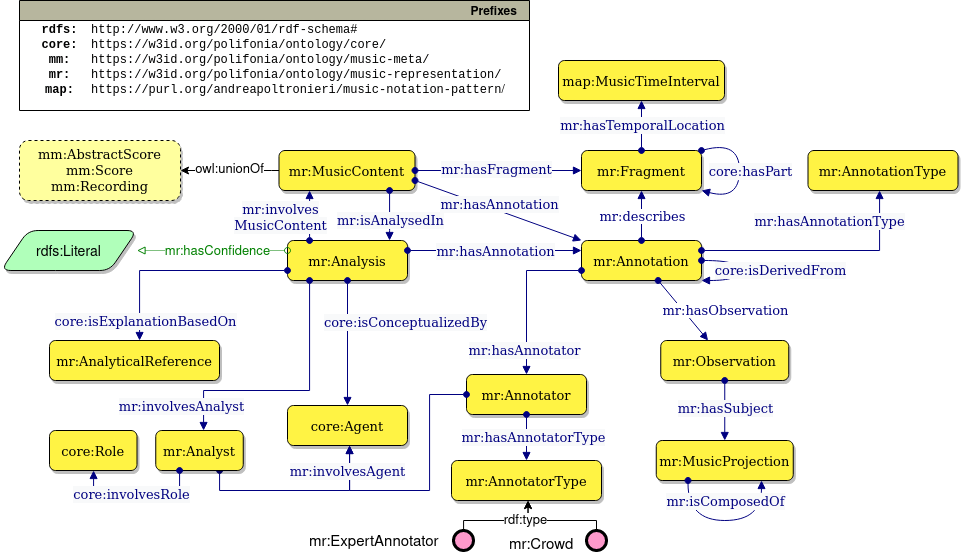
The draw.io diagram diagrams/music_representation.png in polifonia-project/music-representation-ontology, before a commit. Source tidied: cells renumbered, new cells last; positions are measured from the earlier drawing's top-left corner, leaving out a move shared by most shapes.
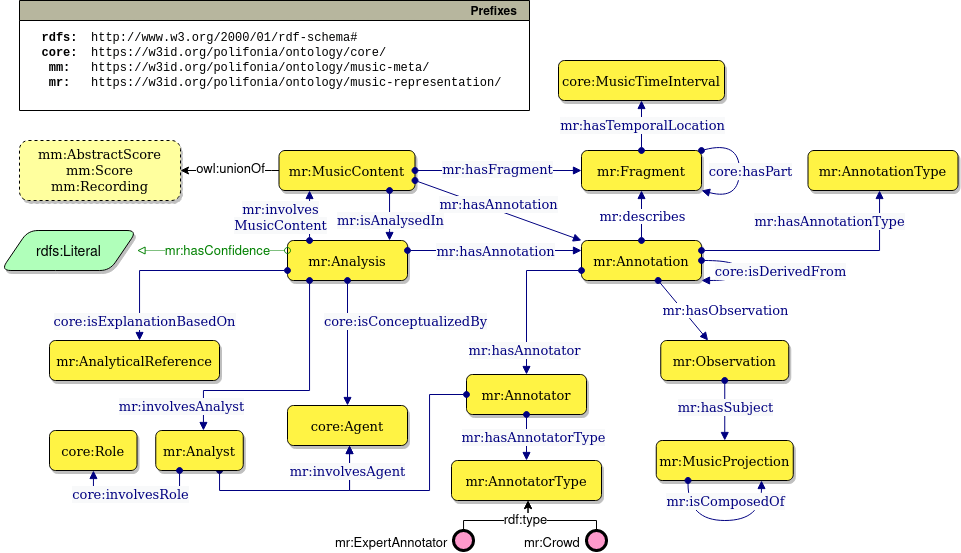
Later version of the same file.

What changed in the source:
```diff
@@ -27,11 +27,11 @@
     <mxCell id="6" value="Prefixes" style="graphMlID=n0;shape=swimlane;startSize=20;fillColor=#b7b69e;strokeColor=#000000;strokeWidth=1.0;align=right;spacingRight=10;fontStyle=1;fontFamily=Helvetica;" parent="1" vertex="1">
       <mxGeometry x="19" width="510" height="110" as="geometry" />
     </mxCell>
-    <mxCell id="7" value="&lt;font style=&quot;font-weight: bold;&quot; face=&quot;Courier New&quot;&gt;rdfs:&lt;br&gt;core:&lt;br&gt;mm:&lt;br&gt;&lt;/font&gt;&lt;div&gt;&lt;b&gt;&lt;font face=&quot;Courier New&quot;&gt;mr:&lt;br&gt;map:&lt;br&gt;&lt;/font&gt;&lt;/b&gt;&lt;/div&gt;" style="text;html=1;align=center;verticalAlign=middle;fontFamily=Helvetica;" parent="6" vertex="1">
-      <mxGeometry x="10" y="15" width="60" height="90" as="geometry" />
+    <mxCell id="7" value="&lt;font style=&quot;font-weight: bold;&quot; face=&quot;Courier New&quot;&gt;rdfs:&lt;br&gt;core:&lt;br&gt;mm:&lt;br&gt;&lt;/font&gt;&lt;div&gt;&lt;b&gt;&lt;font face=&quot;Courier New&quot;&gt;mr:&lt;br&gt;&lt;/font&gt;&lt;/b&gt;&lt;/div&gt;" style="text;html=1;align=center;verticalAlign=middle;fontFamily=Helvetica;" parent="6" vertex="1">
+      <mxGeometry x="10" y="25" width="60" height="70" as="geometry" />
     </mxCell>
-    <mxCell id="8" value="&lt;font face=&quot;Courier New&quot;&gt;http://www.w3.org/2000/01/rdf-schema#&lt;br&gt;https://w3id.org/polifonia/ontology/core/&lt;br&gt;&lt;/font&gt;&lt;span style=&quot;font-family: &amp;quot;Courier New&amp;quot;; background-color: initial;&quot;&gt;https://w3id.org/polifonia/ontology/music-meta/&lt;br&gt;&lt;/span&gt;&lt;div&gt;&lt;font face=&quot;Courier New&quot;&gt;https://w3id.org/polifonia/ontology/music-representation/&lt;/font&gt;&lt;/div&gt;&lt;div&gt;&lt;font face=&quot;Courier New&quot;&gt;https://purl.org/andreapoltronieri/music-notation-pattern&lt;/font&gt;/&lt;/div&gt;" style="text;html=1;align=left;verticalAlign=middle;fontFamily=Helvetica;" parent="6" vertex="1">
-      <mxGeometry x="70" y="15" width="440" height="90" as="geometry" />
+    <mxCell id="8" value="&lt;font face=&quot;Courier New&quot;&gt;http://www.w3.org/2000/01/rdf-schema#&lt;br&gt;https://w3id.org/polifonia/ontology/core/&lt;br&gt;&lt;/font&gt;&lt;span style=&quot;font-family: &amp;quot;Courier New&amp;quot;; background-color: initial;&quot;&gt;https://w3id.org/polifonia/ontology/music-meta/&lt;br&gt;&lt;/span&gt;&lt;div&gt;&lt;font face=&quot;Courier New&quot;&gt;https://w3id.org/polifonia/ontology/music-representation/&lt;/font&gt;&lt;/div&gt;" style="text;html=1;align=left;verticalAlign=middle;fontFamily=Helvetica;" parent="6" vertex="1">
+      <mxGeometry x="70" y="25" width="430" height="70" as="geometry" />
     </mxCell>
     <mxCell id="9" style="graphMlID=e0;rounded=0;endArrow=block;strokeColor=#000080;strokeWidth=1.0;startArrow=oval;startFill=1;endFill=1;fontFamily=proxima nova;fontSource=https%3A%2F%2Ffonts.googleapis.com%2Fcss%3Ffamily%3Dproxima%2Bnova;fontSize=13;" parent="1" edge="1" source="4" target="11">
       <mxGeometry relative="1" as="geometry" />
@@ -100,7 +100,7 @@
         <mxPoint x="9" y="-30" as="offset" />
       </mxGeometry>
     </mxCell>
-    <mxCell id="24" value="map:MusicTimeInterval" style="graphMlID=n4;shape=rect;rounded=1;arcsize=30;fillColor=#FFF344;strokeColor=#000000;strokeWidth=1.0;fontFamily=proxima nova;fontSource=https%3A%2F%2Ffonts.googleapis.com%2Fcss%3Ffamily%3Dproxima%2Bnova;fontSize=13;shadow=1;" parent="1" vertex="1">
+    <mxCell id="24" value="core:MusicTimeInterval" style="graphMlID=n4;shape=rect;rounded=1;arcsize=30;fillColor=#FFF344;strokeColor=#000000;strokeWidth=1.0;fontFamily=proxima nova;fontSource=https%3A%2F%2Ffonts.googleapis.com%2Fcss%3Ffamily%3Dproxima%2Bnova;fontSize=13;shadow=1;" parent="1" vertex="1">
       <mxGeometry x="558" y="60" width="166" height="40" as="geometry" />
     </mxCell>
     <mxCell id="25" style="graphMlID=e0;rounded=0;endArrow=block;strokeColor=#000080;strokeWidth=1.0;startArrow=oval;startFill=1;endFill=1;fontFamily=proxima nova;fontSource=https%3A%2F%2Ffonts.googleapis.com%2Fcss%3Ffamily%3Dproxima%2Bnova;fontSize=13;edgeStyle=orthogonalEdgeStyle;exitX=0.5;exitY=0;exitDx=0;exitDy=0;" parent="1" edge="1" source="11" target="24">
@@ -173,9 +173,9 @@
     <mxCell id="41" value="mm:AbstractScore&#10;mm:Score&#10;mm:Recording&#10;" style="graphMlID=n4;shape=rect;rounded=1;arcsize=30;fillColor=#FFFF9E;strokeColor=#000000;strokeWidth=1.0;fontFamily=proxima nova;fontSource=https%3A%2F%2Ffonts.googleapis.com%2Fcss%3Ffamily%3Dproxima%2Bnova;fontSize=13;shadow=1;dashed=1;verticalAlign=top;" parent="1" vertex="1">
       <mxGeometry x="19" y="140" width="161" height="60" as="geometry" />
     </mxCell>
-    <mxCell id="42" value="mr:ExpertAnnotator" style="graphMlID=n9;shape=ellipse;fillColor=#ff99cc;strokeColor=#000000;strokeWidth=3.0;verticalAlign=middle;labelPosition=right;verticalLabelPosition=middle;align=left;spacingRight=1;spacing=17;rotation=0;fontSize=15;movableLabel=1;" parent="1" vertex="1">
+    <mxCell id="42" value="mr:ExpertAnnotator" style="graphMlID=n9;shape=ellipse;fillColor=#ff99cc;strokeColor=#000000;strokeWidth=3.0;verticalAlign=middle;labelPosition=right;verticalLabelPosition=middle;align=left;spacingRight=1;spacing=17;rotation=0;fontSize=13;movableLabel=1;" parent="1" vertex="1">
       <mxGeometry x="453" y="530" width="20" height="20" as="geometry">
-        <mxPoint x="-181" y="-1" as="offset" />
+        <mxPoint x="-155" y="1" as="offset" />
       </mxGeometry>
     </mxCell>
     <mxCell id="43" style="edgeStyle=orthogonalEdgeStyle;rounded=0;jettySize=auto;html=1;" parent="1" edge="1" source="44" target="20">
@@ -186,9 +186,9 @@
         </Array>
       </mxGeometry>
     </mxCell>
-    <mxCell id="44" value="mr:Crowd" style="graphMlID=n9;shape=ellipse;fillColor=#ff99cc;strokeColor=#000000;strokeWidth=3.0;verticalAlign=middle;labelPosition=right;verticalLabelPosition=middle;align=left;spacingRight=1;spacing=17;rotation=0;direction=west;fontSize=15;movableLabel=1;" parent="1" vertex="1">
+    <mxCell id="44" value="mr:Crowd" style="graphMlID=n9;shape=ellipse;fillColor=#ff99cc;strokeColor=#000000;strokeWidth=3.0;verticalAlign=middle;labelPosition=right;verticalLabelPosition=middle;align=left;spacingRight=1;spacing=17;rotation=0;direction=west;fontSize=13;movableLabel=1;" parent="1" vertex="1">
       <mxGeometry x="586" y="530" width="20" height="20" as="geometry">
-        <mxPoint x="-114" y="2" as="offset" />
+        <mxPoint x="-99" y="1" as="offset" />
       </mxGeometry>
     </mxCell>
     <mxCell id="45" style="graphMlID=e0;rounded=0;endArrow=block;strokeColor=#000080;strokeWidth=1.0;startArrow=oval;startFill=1;endFill=1;fontFamily=proxima nova;fontSource=https%3A%2F%2Ffonts.googleapis.com%2Fcss%3Ffamily%3Dproxima%2Bnova;fontSize=13;edgeStyle=orthogonalEdgeStyle;curved=1;" parent="1" edge="1" source="28" target="28">
```
